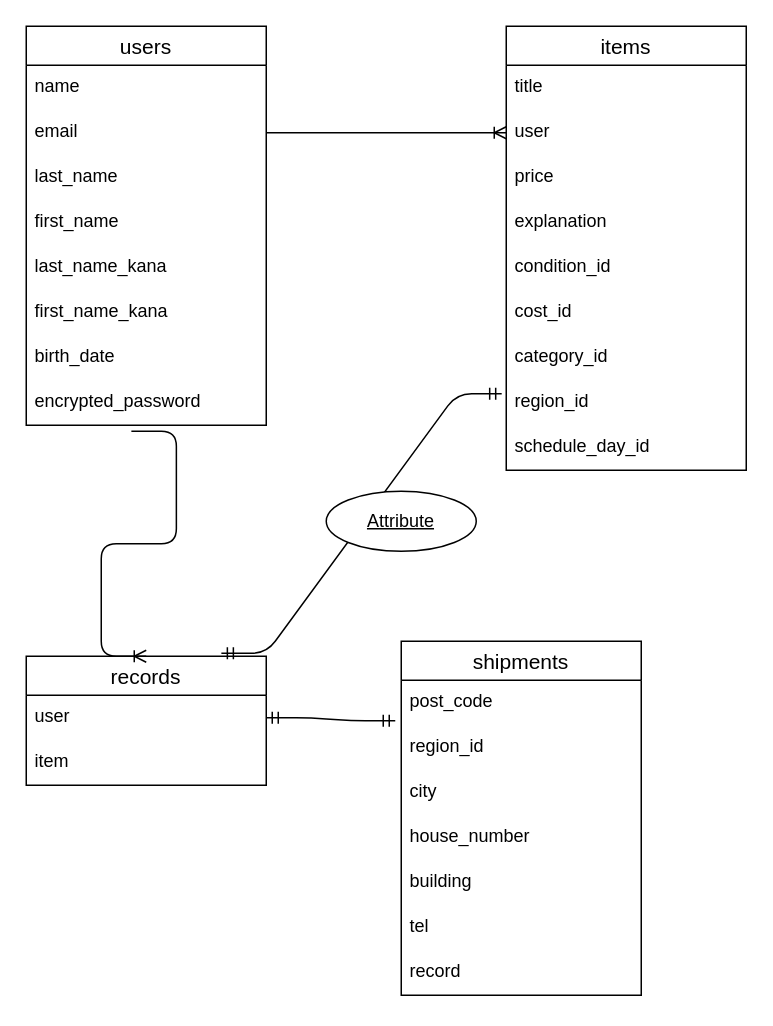
Before: furima.dio in toshikatsu1201/furima-41659, a draw.io diagram. Source tidied: cells renumbered, new cells numbered last; positions are measured from the earlier drawing's top-left corner, leaving out a move shared by most shapes. Both pictures are drawn from the tidied source at 150%, with x=0, y=0 at pixel (26, 26).
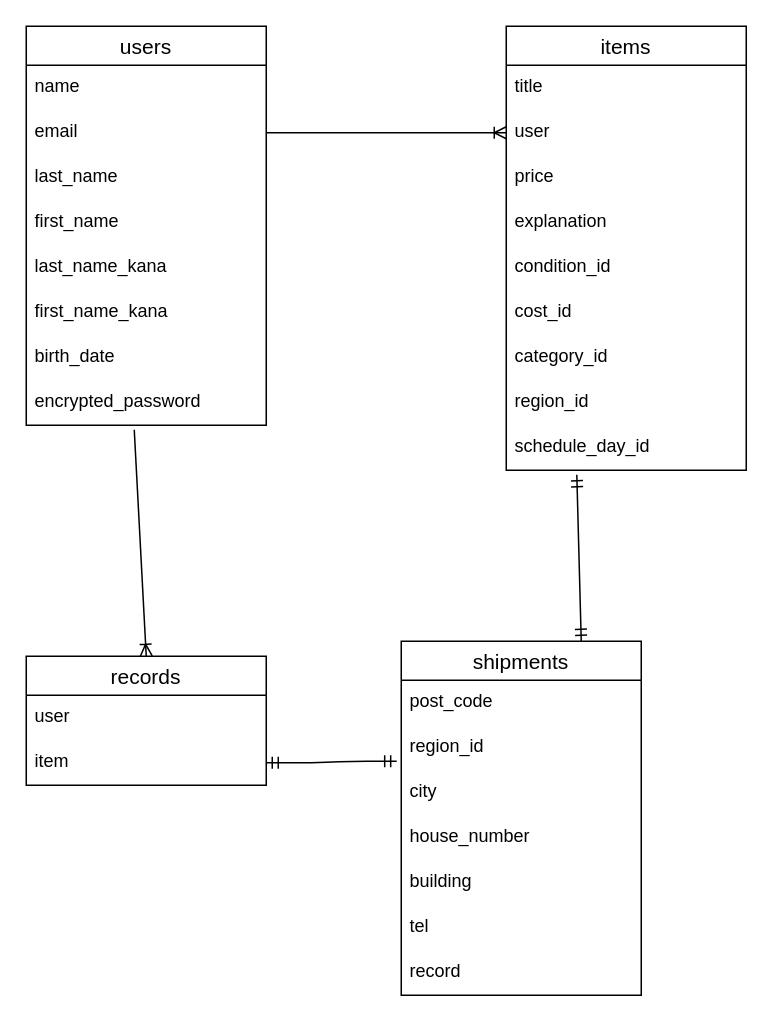
The same page after the edit.

The change refers to these unchanged cells:
```xml
<mxCell id="10" value="encrypted_password" style="text;strokeColor=none;fillColor=none;spacingLeft=4;spacingRight=4;overflow=hidden;points=[[0,0.5],[1,0.5]];portConstraint=eastwest;fontSize=12;" parent="2" vertex="1">
  <mxGeometry y="236" width="160" height="30" as="geometry" />
</mxCell>
<mxCell id="19" value="region_id" style="text;strokeColor=none;fillColor=none;spacingLeft=4;spacingRight=4;overflow=hidden;points=[[0,0.5],[1,0.5]];portConstraint=eastwest;fontSize=12;" parent="11" vertex="1">
  <mxGeometry y="236" width="160" height="30" as="geometry" />
</mxCell>
<mxCell id="20" value="schedule_day_id" style="text;strokeColor=none;fillColor=none;spacingLeft=4;spacingRight=4;overflow=hidden;points=[[0,0.5],[1,0.5]];portConstraint=eastwest;fontSize=12;" parent="11" vertex="1">
  <mxGeometry y="266" width="160" height="30" as="geometry" />
</mxCell>
<mxCell id="21" value="shipments" style="swimlane;fontStyle=0;horizontal=1;startSize=26;align=center;fontSize=14;" parent="1" vertex="1">
  <mxGeometry x="250" y="410" width="160" height="236" as="geometry" />
</mxCell>
<mxCell id="22" value="post_code" style="text;strokeColor=none;fillColor=none;spacingLeft=4;spacingRight=4;overflow=hidden;points=[[0,0.5],[1,0.5]];portConstraint=eastwest;fontSize=12;" parent="21" vertex="1">
  <mxGeometry y="26" width="160" height="30" as="geometry" />
</mxCell>
<mxCell id="23" value="region_id" style="text;strokeColor=none;fillColor=none;spacingLeft=4;spacingRight=4;overflow=hidden;points=[[0,0.5],[1,0.5]];portConstraint=eastwest;fontSize=12;" parent="21" vertex="1">
  <mxGeometry y="56" width="160" height="30" as="geometry" />
</mxCell>
<mxCell id="29" value="records" style="swimlane;fontStyle=0;horizontal=1;startSize=26;align=center;fontSize=14;" parent="1" vertex="1">
  <mxGeometry y="420" width="160" height="86" as="geometry" />
</mxCell>
<mxCell id="30" value="user" style="text;strokeColor=none;fillColor=none;spacingLeft=4;spacingRight=4;overflow=hidden;points=[[0,0.5],[1,0.5]];portConstraint=eastwest;fontSize=12;" parent="29" vertex="1">
  <mxGeometry y="26" width="160" height="30" as="geometry" />
</mxCell>
<mxCell id="31" value="item" style="text;strokeColor=none;fillColor=none;spacingLeft=4;spacingRight=4;overflow=hidden;points=[[0,0.5],[1,0.5]];portConstraint=eastwest;fontSize=12;" parent="29" vertex="1">
  <mxGeometry y="56" width="160" height="30" as="geometry" />
</mxCell>
```

Change to the diagram source:
```diff
@@
-    <mxCell id="33" style="edgeStyle=entityRelationEdgeStyle;fontSize=12;html=1;endArrow=ERoneToMany;exitX=0.438;exitY=1.133;exitDx=0;exitDy=0;exitPerimeter=0;entryX=0.5;entryY=0;entryDx=0;entryDy=0;" parent="1" edge="1" source="10" target="29">
+    <mxCell id="33" style="fontSize=12;html=1;endArrow=ERoneToMany;exitX=0.45;exitY=1.1;exitDx=0;exitDy=0;exitPerimeter=0;entryX=0.5;entryY=0;entryDx=0;entryDy=0;" parent="1" edge="1" source="10" target="29">
       <mxGeometry relative="1" as="geometry" />
     </mxCell>
-    <mxCell id="34" style="edgeStyle=entityRelationEdgeStyle;fontSize=12;html=1;endArrow=ERmandOne;startArrow=ERmandOne;exitX=1;exitY=0.5;exitDx=0;exitDy=0;entryX=-0.025;entryY=0.9;entryDx=0;entryDy=0;entryPerimeter=0;" parent="1" edge="1" source="30" target="22">
+    <mxCell id="34" style="edgeStyle=entityRelationEdgeStyle;fontSize=12;html=1;endArrow=ERmandOne;startArrow=ERmandOne;exitX=1;exitY=0.5;exitDx=0;exitDy=0;entryX=-0.019;entryY=0.8;entryDx=0;entryDy=0;entryPerimeter=0;" parent="1" edge="1" source="31" target="23">
       <mxGeometry relative="1" as="geometry" />
     </mxCell>
-    <mxCell id="35" style="edgeStyle=entityRelationEdgeStyle;fontSize=12;html=1;endArrow=ERmandOne;startArrow=ERmandOne;entryX=-0.019;entryY=0.3;entryDx=0;entryDy=0;entryPerimeter=0;exitX=0.813;exitY=-0.023;exitDx=0;exitDy=0;exitPerimeter=0;" parent="1" edge="1" source="29" target="19">
+    <mxCell id="35" style="fontSize=12;html=1;endArrow=ERmandOne;startArrow=ERmandOne;entryX=0.294;entryY=1.1;entryDx=0;entryDy=0;entryPerimeter=0;exitX=0.75;exitY=0;exitDx=0;exitDy=0;" parent="1" edge="1" source="21" target="20">
       <mxGeometry relative="1" as="geometry" />
     </mxCell>
-    <mxCell id="36" value="Attribute" style="ellipse;whiteSpace=wrap;html=1;align=center;fontStyle=4;" parent="1" vertex="1">
-      <mxGeometry x="200" y="310" width="100" height="40" as="geometry" />
-    </mxCell>
```
